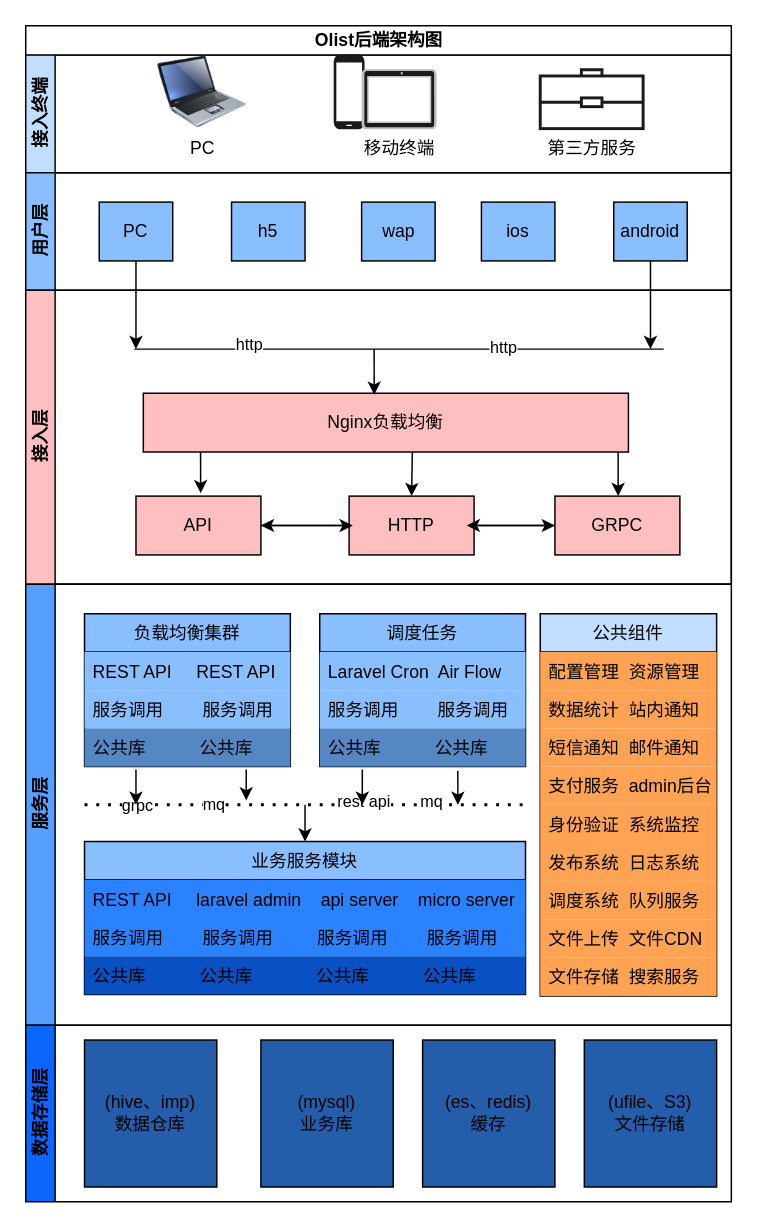
The draw.io diagram Untitled Diagram.drawio in phpsun/design, before the edit. Source tidied: cells renumbered, new cells numbered last; positions are measured from the earlier drawing's top-left corner, leaving out a move shared by most shapes. Both pictures are drawn from the tidied source at 147%, with x=0, y=0 at pixel (25, 25).
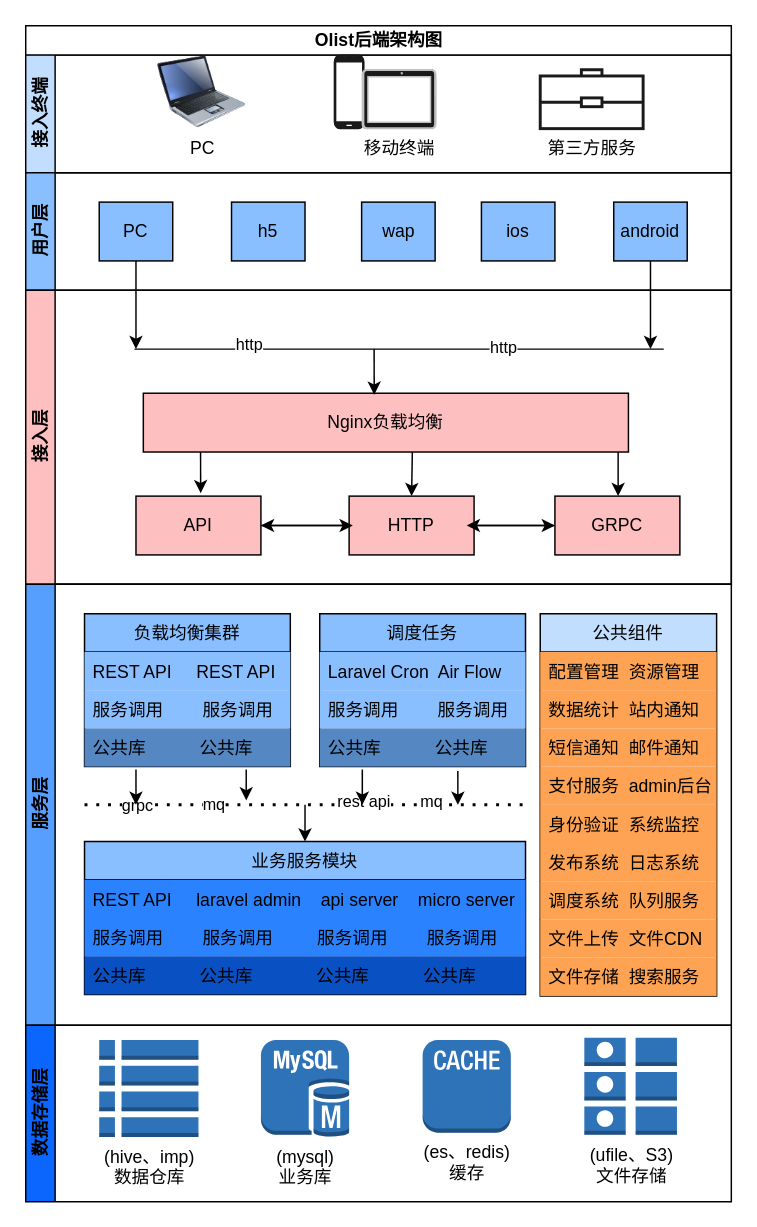
The same diagram, later.

The change refers to these unchanged cells:
```xml
<mxCell id="48" value="数据存储层" style="swimlane;html=1;startSize=20;horizontal=0;fillColor=#0B66FE;" parent="1" vertex="1">
  <mxGeometry y="680" width="480" height="120" as="geometry" />
</mxCell>
```

Diff of the diagram source:
```diff
@@
+    <mxCell id="64" value="&lt;span&gt;(hive、imp)&lt;/span&gt;&lt;br&gt;&lt;span&gt;数据仓库&lt;/span&gt;" style="dashed=0;verticalLabelPosition=bottom;verticalAlign=top;align=center;html=1;shape=mxgraph.aws3.table;fillColor=#2E73B8;gradientColor=none;" parent="48" vertex="1">
+      <mxGeometry x="50" y="10" width="67.5" height="66" as="geometry" />
+    </mxCell>
-    <mxCell id="49" value="(mysql)&lt;br&gt;业务库" style="whiteSpace=wrap;html=1;fillColor=#245DAA;" parent="48" vertex="1">
-      <mxGeometry x="160" y="10" width="90" height="100" as="geometry" />
+    <mxCell id="49" value="&lt;span&gt;(mysql)&lt;/span&gt;&lt;br&gt;&lt;span&gt;业务库&lt;/span&gt;" style="dashed=0;verticalLabelPosition=bottom;verticalAlign=top;align=center;html=1;shape=mxgraph.aws3.mysql_db_instance;fillColor=#2E73B8;gradientColor=none;" parent="48" vertex="1">
+      <mxGeometry x="160" y="10" width="60" height="66" as="geometry" />
     </mxCell>
-    <mxCell id="50" value="(es、redis)&lt;br&gt;缓存" style="whiteSpace=wrap;html=1;fillColor=#245DAA;" parent="48" vertex="1">
-      <mxGeometry x="270" y="10" width="90" height="100" as="geometry" />
+    <mxCell id="50" value="&lt;span&gt;(es、redis)&lt;/span&gt;&lt;br&gt;&lt;span&gt;缓存&lt;/span&gt;" style="dashed=0;verticalLabelPosition=bottom;verticalAlign=top;align=center;html=1;shape=mxgraph.aws3.cache_node;fillColor=#2E73B8;gradientColor=none;" parent="48" vertex="1">
+      <mxGeometry x="270" y="10" width="60" height="63" as="geometry" />
     </mxCell>
-    <mxCell id="51" value="(ufile、S3)&lt;br&gt;文件存储" style="whiteSpace=wrap;html=1;fillColor=#245DAA;" parent="48" vertex="1">
-      <mxGeometry x="380" y="10" width="90" height="100" as="geometry" />
+    <mxCell id="51" value="&lt;span&gt;(ufile、S3)&lt;/span&gt;&lt;br&gt;&lt;span&gt;文件存储&lt;/span&gt;" style="dashed=0;verticalLabelPosition=bottom;verticalAlign=top;align=center;html=1;shape=mxgraph.aws3.attributes;fillColor=#2E73B8;gradientColor=none;" parent="48" vertex="1">
+      <mxGeometry x="380" y="8.5" width="63" height="66" as="geometry" />
     </mxCell>
@@
-    <mxCell id="64" value="(hive、imp)&lt;br&gt;数据仓库" style="whiteSpace=wrap;html=1;fillColor=#245DAA;" parent="1" vertex="1">
-      <mxGeometry x="40" y="690" width="90" height="100" as="geometry" />
-    </mxCell>
```
